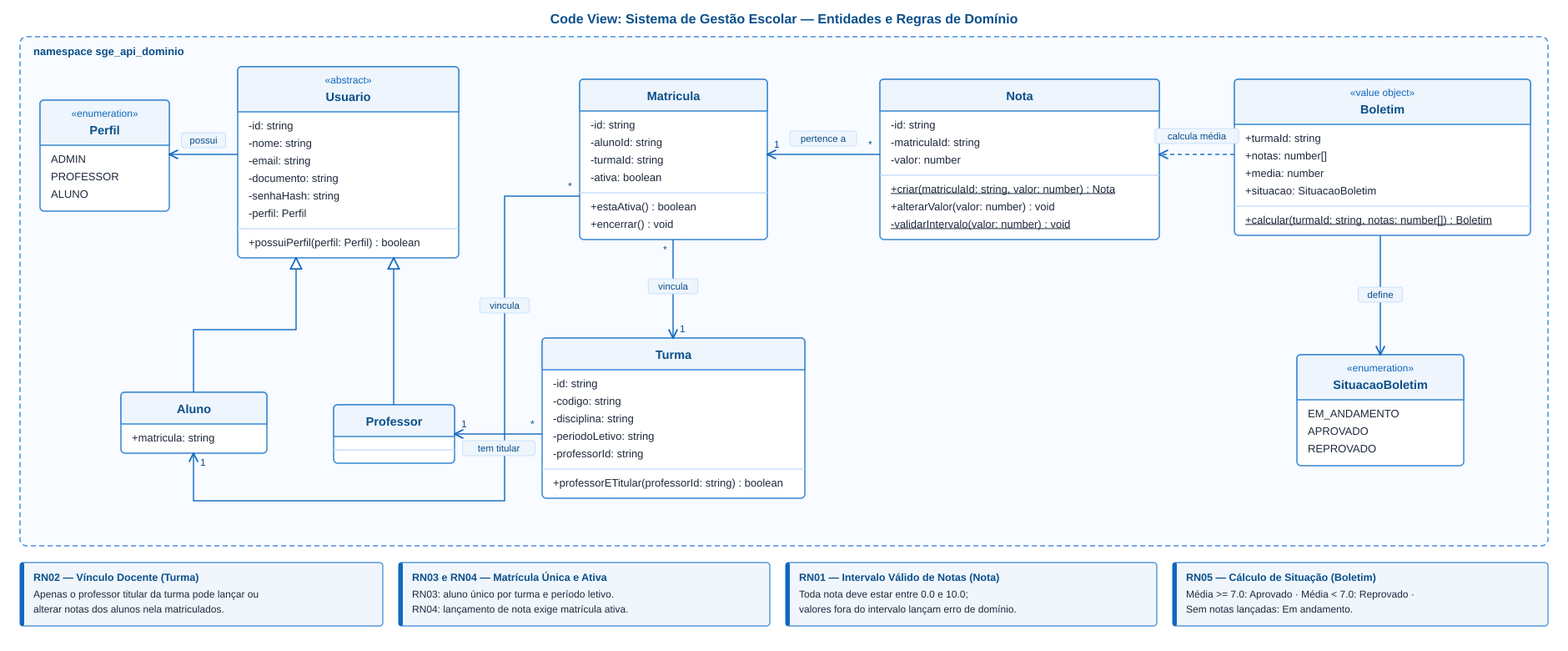
Above: docs/img/codigo-dominio.png in cicerocarnauba/sistema-gestao-escolar (Mermaid), before the change. Its source is kept beside it as docs/codigo-dominio.mmd. Source of this version:
```mermaid
---
title: "Code View: Sistema de Gestão Escolar - API de Gestão Escolar - Entidades e Regras de Domínio"
---
classDiagram
direction TB

namespace sge_api_dominio {
  class Perfil {
    <<enumeration>>
    ADMIN
    PROFESSOR
    ALUNO
  }

  class SituacaoBoletim {
    <<enumeration>>
    EM_ANDAMENTO
    APROVADO
    REPROVADO
  }

  class Usuario {
    <<abstract>>
    -id: string
    -nome: string
    -email: string
    -documento: string
    -senhaHash: string
    -perfil: Perfil
    +possuiPerfil(perfil: Perfil) boolean
  }

  class Aluno {
    +matricula: string
  }

  class Professor {
  }

  class Turma {
    -id: string
    -codigo: string
    -disciplina: string
    -periodoLetivo: string
    -professorId: string
    +professorETitular(professorId: string) boolean
  }

  class Matricula {
    -id: string
    -alunoId: string
    -turmaId: string
    -ativa: boolean
    +estaAtiva() boolean
    +encerrar() void
  }

  class Nota {
    -id: string
    -matriculaId: string
    -valor: number
    +criar(matriculaId: string, valor: number)$ Nota
    +alterarValor(valor: number) void
    -validarIntervalo(valor: number)$ void
  }

  class Boletim {
    <<value object>>
    +turmaId: string
    +notas: number[]
    +media: number
    +situacao: SituacaoBoletim
    +calcular(turmaId: string, notas: number[])$ Boletim
  }
}

Usuario <|-- Aluno
Usuario <|-- Professor
Usuario --> Perfil : possui
Turma "*" --> "1" Professor : tem titular
Matricula "*" --> "1" Aluno : vincula
Matricula "*" --> "1" Turma : vincula
Nota "*" --> "1" Matricula : pertence a
Boletim --> SituacaoBoletim : define
Boletim ..> Nota : calcula média (RN05)

note for Nota "RN01: valor entre 0.0 e 10.0, fora disso lança erro"
note for Turma "RN02: só o professor titular lança ou altera notas"
note for Matricula "RN03: aluno único por turma e período letivo. RN04: nota exige matrícula ativa"
note for Boletim "RN05: média >= 7.0 Aprovado, < 7.0 Reprovado, sem notas Em andamento"
```
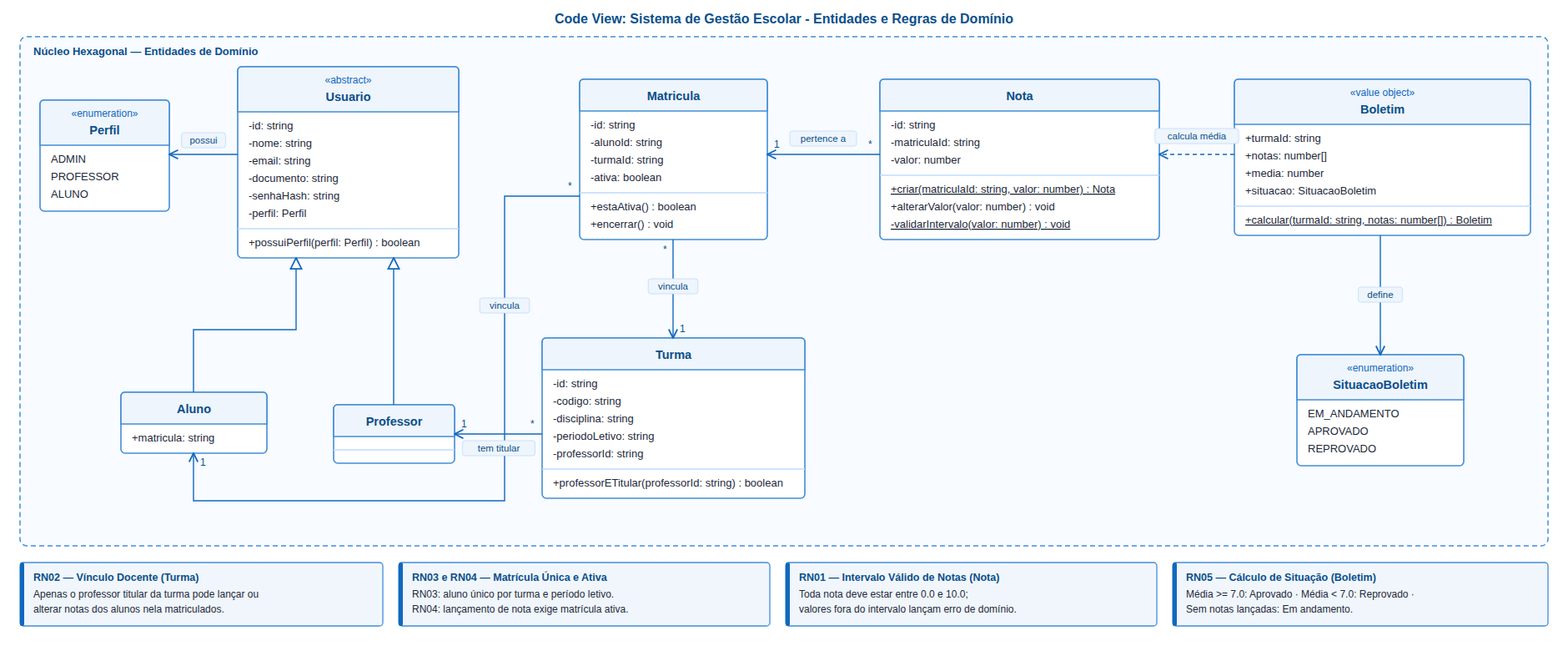
After the change.

The edit, as a diff of the source:
```diff
@@ -1,10 +1,10 @@
 ---
-title: "Code View: Sistema de Gestão Escolar - API de Gestão Escolar - Entidades e Regras de Domínio"
+title: "Code View: Sistema de Gestão Escolar - Entidades e Regras de Domínio"
 ---
 classDiagram
 direction TB
 
-namespace sge_api_dominio {
+namespace Nucleo_Hexagonal_Dominio {
   class Perfil {
     <<enumeration>>
     ADMIN
```
